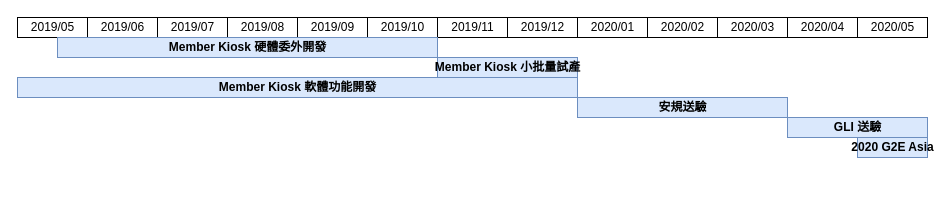
Before: 未命名圖表.drawio in pingle1202/JiraFlow, a draw.io diagram. Source tidied: cells renumbered, new cells numbered last; positions are measured from the earlier drawing's top-left corner, leaving out a move shared by most shapes. Both pictures are drawn from the tidied source at 100%, with x=0, y=0 at pixel (17, 17).
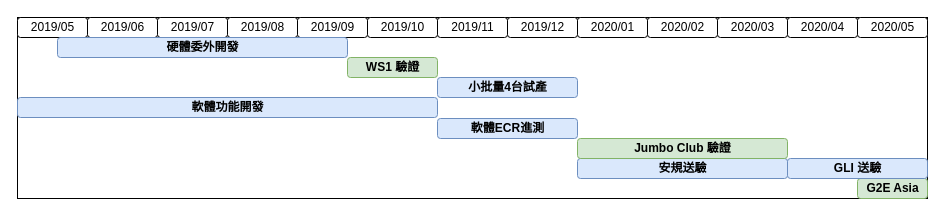
The same diagram, later.

Commit message:
更新未命名圖表.drawio

Change to the diagram source:
```diff
@@
+    <mxCell id="25" style="group;rounded=0;strokeColor=#000000;" parent="1" vertex="1">
+      <mxGeometry width="910" height="181" as="geometry" />
+    </mxCell>
-    <mxCell id="2" value="2019/07" style="fillColor=#FFFFFF;strokeColor=#000000;strokeWidth=1;fontColor=#000000;fontStyle=0;html=1;" parent="1" vertex="1">
+    <mxCell id="2" value="2019/07" style="fillColor=#FFFFFF;strokeColor=#000000;strokeWidth=1;fontColor=#000000;fontStyle=0;html=1;shadow=0;rounded=1;" parent="25" vertex="1">
       <mxGeometry x="140" width="70" height="20" as="geometry" />
     </mxCell>
-    <mxCell id="3" value="2019/08" style="fillColor=#FFFFFF;strokeColor=#000000;strokeWidth=1;fontColor=#000000;fontStyle=0;html=1;" parent="1" vertex="1">
+    <mxCell id="3" value="2019/08" style="fillColor=#FFFFFF;strokeColor=#000000;strokeWidth=1;fontColor=#000000;fontStyle=0;html=1;shadow=0;rounded=1;" parent="25" vertex="1">
       <mxGeometry x="210" width="70" height="20" as="geometry" />
     </mxCell>
-    <mxCell id="4" value="2019/09" style="fillColor=#FFFFFF;strokeColor=#000000;strokeWidth=1;fontColor=#000000;fontStyle=0;html=1;" parent="1" vertex="1">
+    <mxCell id="4" value="2019/09" style="fillColor=#FFFFFF;strokeColor=#000000;strokeWidth=1;fontColor=#000000;fontStyle=0;html=1;shadow=0;rounded=1;" parent="25" vertex="1">
       <mxGeometry x="280" width="70" height="20" as="geometry" />
     </mxCell>
-    <mxCell id="5" value="2019/10" style="fillColor=#FFFFFF;strokeColor=#000000;strokeWidth=1;fontColor=#000000;fontStyle=0;html=1;" parent="1" vertex="1">
+    <mxCell id="5" value="2019/10" style="fillColor=#FFFFFF;strokeColor=#000000;strokeWidth=1;fontColor=#000000;fontStyle=0;html=1;shadow=0;rounded=1;" parent="25" vertex="1">
       <mxGeometry x="350" width="70" height="20" as="geometry" />
     </mxCell>
-    <mxCell id="6" value="2019/11" style="fillColor=#FFFFFF;strokeColor=#000000;strokeWidth=1;fontColor=#000000;fontStyle=0;html=1;" parent="1" vertex="1">
+    <mxCell id="6" value="2019/11" style="fillColor=#FFFFFF;strokeColor=#000000;strokeWidth=1;fontColor=#000000;fontStyle=0;html=1;shadow=0;rounded=1;" parent="25" vertex="1">
       <mxGeometry x="420" width="70" height="20" as="geometry" />
     </mxCell>
-    <mxCell id="7" value="2019/12" style="fillColor=#FFFFFF;strokeColor=#000000;strokeWidth=1;fontColor=#000000;fontStyle=0;html=1;" parent="1" vertex="1">
+    <mxCell id="7" value="2019/12" style="fillColor=#FFFFFF;strokeColor=#000000;strokeWidth=1;fontColor=#000000;fontStyle=0;html=1;shadow=0;rounded=1;" parent="25" vertex="1">
       <mxGeometry x="490" width="70" height="20" as="geometry" />
     </mxCell>
-    <mxCell id="8" value="2020/01" style="fillColor=#FFFFFF;strokeColor=#000000;strokeWidth=1;fontColor=#000000;fontStyle=0;html=1;" parent="1" vertex="1">
+    <mxCell id="8" value="2020/01" style="fillColor=#FFFFFF;strokeColor=#000000;strokeWidth=1;fontColor=#000000;fontStyle=0;html=1;shadow=0;rounded=1;" parent="25" vertex="1">
       <mxGeometry x="560" width="70" height="20" as="geometry" />
     </mxCell>
-    <mxCell id="9" value="2020/02" style="fillColor=#FFFFFF;strokeColor=#000000;strokeWidth=1;fontColor=#000000;fontStyle=0;html=1;" parent="1" vertex="1">
+    <mxCell id="9" value="2020/02" style="fillColor=#FFFFFF;strokeColor=#000000;strokeWidth=1;fontColor=#000000;fontStyle=0;html=1;shadow=0;rounded=1;" parent="25" vertex="1">
       <mxGeometry x="630" width="70" height="20" as="geometry" />
     </mxCell>
-    <mxCell id="10" value="2020/03" style="fillColor=#FFFFFF;strokeColor=#000000;strokeWidth=1;fontColor=#000000;fontStyle=0;html=1;" parent="1" vertex="1">
+    <mxCell id="10" value="2020/03" style="fillColor=#FFFFFF;strokeColor=#000000;strokeWidth=1;fontColor=#000000;fontStyle=0;html=1;shadow=0;rounded=1;" parent="25" vertex="1">
       <mxGeometry x="700" width="70" height="20" as="geometry" />
     </mxCell>
-    <mxCell id="11" value="2019/06" style="fillColor=#FFFFFF;strokeColor=#000000;strokeWidth=1;fontColor=#000000;fontStyle=0;html=1;" parent="1" vertex="1">
+    <mxCell id="11" value="2019/06" style="fillColor=#FFFFFF;strokeColor=#000000;strokeWidth=1;fontColor=#000000;fontStyle=0;html=1;shadow=0;rounded=1;" parent="25" vertex="1">
       <mxGeometry x="70" width="70" height="20" as="geometry" />
     </mxCell>
-    <mxCell id="12" value="2019/05" style="fillColor=#FFFFFF;strokeColor=#000000;strokeWidth=1;fontColor=#000000;fontStyle=0;html=1;" parent="1" vertex="1">
+    <mxCell id="12" value="2019/05" style="fillColor=#FFFFFF;strokeColor=#000000;strokeWidth=1;fontColor=#000000;fontStyle=0;html=1;shadow=0;rounded=1;" parent="25" vertex="1">
       <mxGeometry width="70" height="20" as="geometry" />
     </mxCell>
-    <mxCell id="13" value="2020/04" style="fillColor=#FFFFFF;strokeColor=#000000;strokeWidth=1;fontColor=#000000;fontStyle=0;html=1;" parent="1" vertex="1">
+    <mxCell id="13" value="2020/04" style="fillColor=#FFFFFF;strokeColor=#000000;strokeWidth=1;fontColor=#000000;fontStyle=0;html=1;shadow=0;rounded=1;" parent="25" vertex="1">
       <mxGeometry x="770" width="70" height="20" as="geometry" />
     </mxCell>
-    <mxCell id="14" style="align=left;strokeColor=#CCCCCC;html=1;" parent="1" vertex="1">
-      <mxGeometry y="60" width="120" height="20" as="geometry" />
-    </mxCell>
-    <mxCell id="15" style="align=left;strokeColor=#CCCCCC;html=1;" parent="1" vertex="1">
-      <mxGeometry x="120" y="60" width="120" height="20" as="geometry" />
-    </mxCell>
-    <mxCell id="16" style="align=left;strokeColor=#CCCCCC;html=1;" parent="1" vertex="1">
-      <mxGeometry x="240" y="60" width="120" height="20" as="geometry" />
-    </mxCell>
-    <mxCell id="17" style="align=left;strokeColor=#CCCCCC;html=1;" parent="1" vertex="1">
-      <mxGeometry x="360" y="60" width="120" height="20" as="geometry" />
-    </mxCell>
-    <mxCell id="18" value="Member Kiosk 硬體委外開發" style="align=center;strokeColor=#6c8ebf;html=1;fillColor=#dae8fc;fontStyle=1;" parent="1" vertex="1">
-      <mxGeometry x="40" y="20" width="380" height="20" as="geometry" />
+    <mxCell id="18" value="硬體委外開發" style="align=center;strokeColor=#6c8ebf;html=1;fillColor=#dae8fc;fontStyle=1;shadow=0;rounded=1;" parent="25" vertex="1">
+      <mxGeometry x="40" y="20" width="290" height="20" as="geometry" />
     </mxCell>
-    <mxCell id="19" value="Member Kiosk 軟體功能開發" style="align=center;strokeColor=#6c8ebf;html=1;fillColor=#dae8fc;fontStyle=1;" parent="1" vertex="1">
-      <mxGeometry y="60" width="560" height="20" as="geometry" />
+    <mxCell id="19" value="軟體功能開發" style="align=center;strokeColor=#6c8ebf;html=1;fillColor=#dae8fc;fontStyle=1;shadow=0;rounded=1;" parent="25" vertex="1">
+      <mxGeometry y="80" width="420" height="20" as="geometry" />
     </mxCell>
-    <mxCell id="20" value="安規送驗" style="align=center;strokeColor=#6c8ebf;html=1;fillColor=#dae8fc;fontStyle=1;" parent="1" vertex="1">
-      <mxGeometry x="560" y="80" width="210" height="20" as="geometry" />
+    <mxCell id="20" value="安規送驗" style="align=center;strokeColor=#6c8ebf;html=1;fillColor=#dae8fc;fontStyle=1;shadow=0;rounded=1;" parent="25" vertex="1">
+      <mxGeometry x="560" y="141" width="210" height="20" as="geometry" />
     </mxCell>
-    <mxCell id="21" value="Member Kiosk 小批量試產" style="align=center;strokeColor=#6c8ebf;html=1;fillColor=#dae8fc;fontStyle=1;" parent="1" vertex="1">
-      <mxGeometry x="420" y="40" width="140" height="20" as="geometry" />
+    <mxCell id="21" value="小批量4台試產" style="align=center;strokeColor=#6c8ebf;html=1;fillColor=#dae8fc;fontStyle=1;shadow=0;rounded=1;" parent="25" vertex="1">
+      <mxGeometry x="420" y="60" width="140" height="20" as="geometry" />
     </mxCell>
-    <mxCell id="22" value="2020/05" style="fillColor=#FFFFFF;strokeColor=#000000;strokeWidth=1;fontColor=#000000;fontStyle=0;html=1;" parent="1" vertex="1">
+    <mxCell id="22" value="2020/05" style="fillColor=#FFFFFF;strokeColor=#000000;strokeWidth=1;fontColor=#000000;fontStyle=0;html=1;shadow=0;rounded=1;" parent="25" vertex="1">
       <mxGeometry x="840" width="70" height="20" as="geometry" />
     </mxCell>
-    <mxCell id="23" value="2020 G2E Asia" style="align=center;strokeColor=#6c8ebf;html=1;fillColor=#dae8fc;fontStyle=1;" parent="1" vertex="1">
-      <mxGeometry x="840" y="120" width="70" height="20" as="geometry" />
+    <mxCell id="23" value="G2E Asia" style="align=center;strokeColor=#82b366;html=1;fillColor=#d5e8d4;fontStyle=1;shadow=0;rounded=1;" parent="25" vertex="1">
+      <mxGeometry x="840" y="161" width="70" height="20" as="geometry" />
     </mxCell>
-    <mxCell id="24" value="GLI 送驗" style="align=center;strokeColor=#6c8ebf;html=1;fillColor=#dae8fc;fontStyle=1;" parent="1" vertex="1">
-      <mxGeometry x="770" y="100" width="140" height="20" as="geometry" />
+    <mxCell id="24" value="GLI 送驗" style="align=center;strokeColor=#6c8ebf;html=1;fillColor=#dae8fc;fontStyle=1;shadow=0;rounded=1;" parent="25" vertex="1">
+      <mxGeometry x="770" y="141" width="140" height="20" as="geometry" />
     </mxCell>
+    <mxCell id="26" value="WS1 驗證" style="align=center;strokeColor=#82b366;html=1;fillColor=#d5e8d4;fontStyle=1;shadow=0;rounded=1;" parent="25" vertex="1">
+      <mxGeometry x="330" y="40" width="90" height="20" as="geometry" />
+    </mxCell>
+    <mxCell id="27" value="Jumbo Club 驗證" style="align=center;strokeColor=#82b366;html=1;fillColor=#d5e8d4;fontStyle=1;shadow=0;rounded=1;" parent="25" vertex="1">
+      <mxGeometry x="560" y="121" width="210" height="20" as="geometry" />
+    </mxCell>
+    <mxCell id="28" value="軟體ECR進測" style="align=center;strokeColor=#6c8ebf;html=1;fillColor=#dae8fc;fontStyle=1;shadow=0;rounded=1;" parent="25" vertex="1">
+      <mxGeometry x="420" y="101" width="140" height="20" as="geometry" />
+    </mxCell>
```
